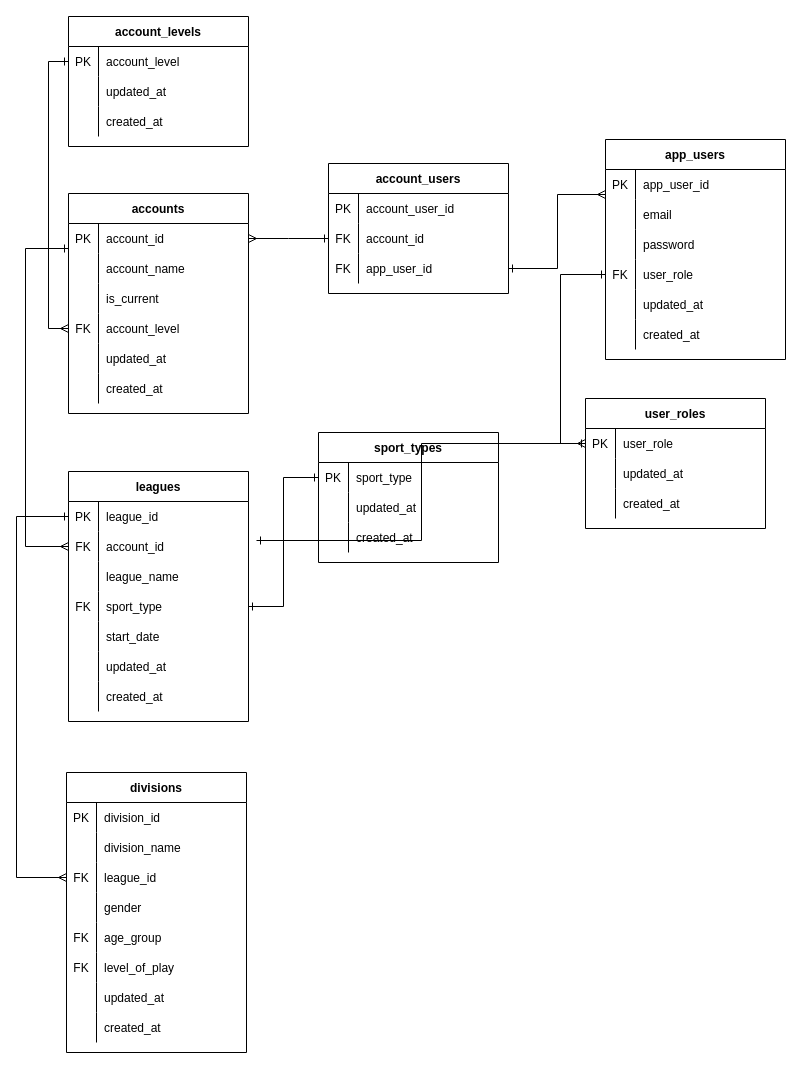
joezaba/league_builder_api keeps this draw.io diagram as design.drawio. Above is the earlier version. Source tidied: cells renumbered, new cells numbered last; positions are measured from the earlier drawing's top-left corner, leaving out a move shared by most shapes. Both pictures are drawn from the tidied source at 100%, with x=0, y=0 at pixel (16, 16).
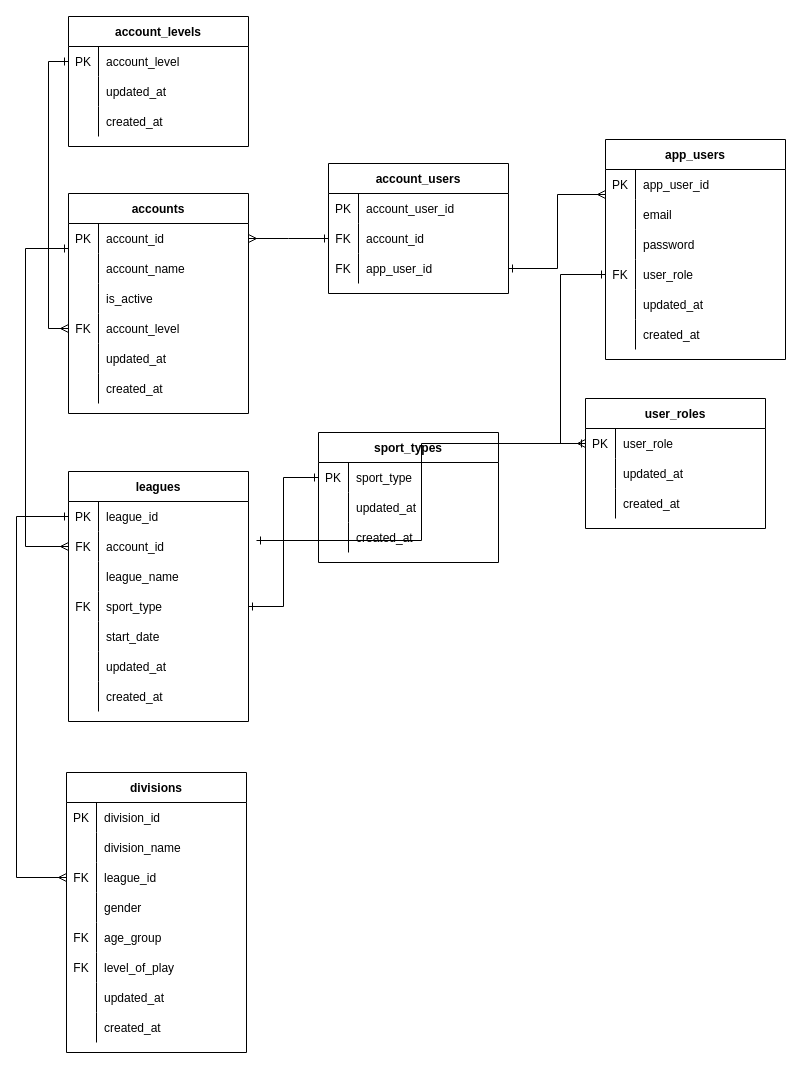
After the change.

The change refers to these unchanged cells:
```xml
<mxCell id="29" style="shape=partialRectangle;fillColor=none;top=0;left=0;bottom=0;right=0;" parent="22" vertex="1">
  <mxGeometry y="90" width="180" height="30" as="geometry" />
</mxCell>
```

What changed in the source:
```diff
@@
-    <mxCell id="31" value="is_current" style="shape=partialRectangle;fillColor=none;top=0;left=0;bottom=0;right=0;align=left;spacingLeft=6;overflow=hidden;" parent="29" vertex="1">
+    <mxCell id="31" value="is_active" style="shape=partialRectangle;fillColor=none;top=0;left=0;bottom=0;right=0;align=left;spacingLeft=6;overflow=hidden;" parent="29" vertex="1">
       <mxGeometry x="30" width="150" height="30" as="geometry" />
     </mxCell>
```
